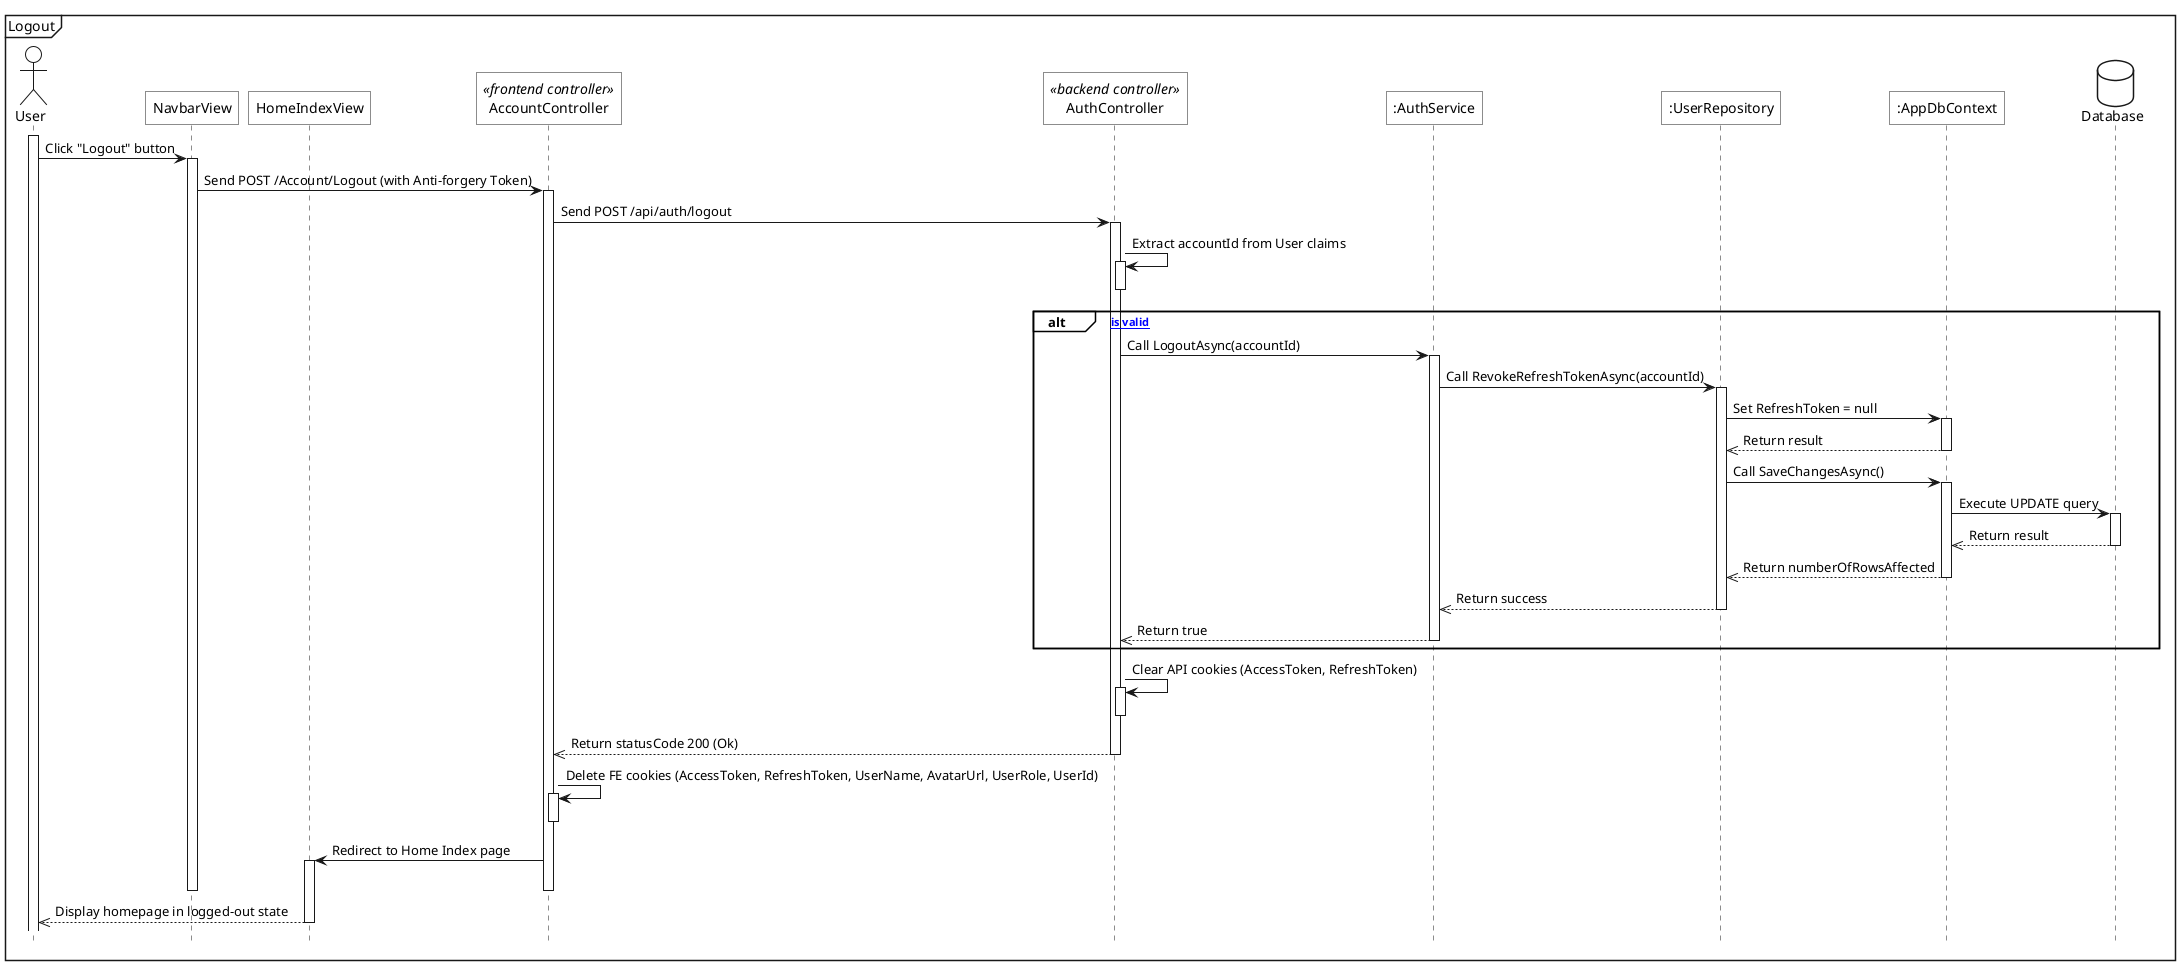
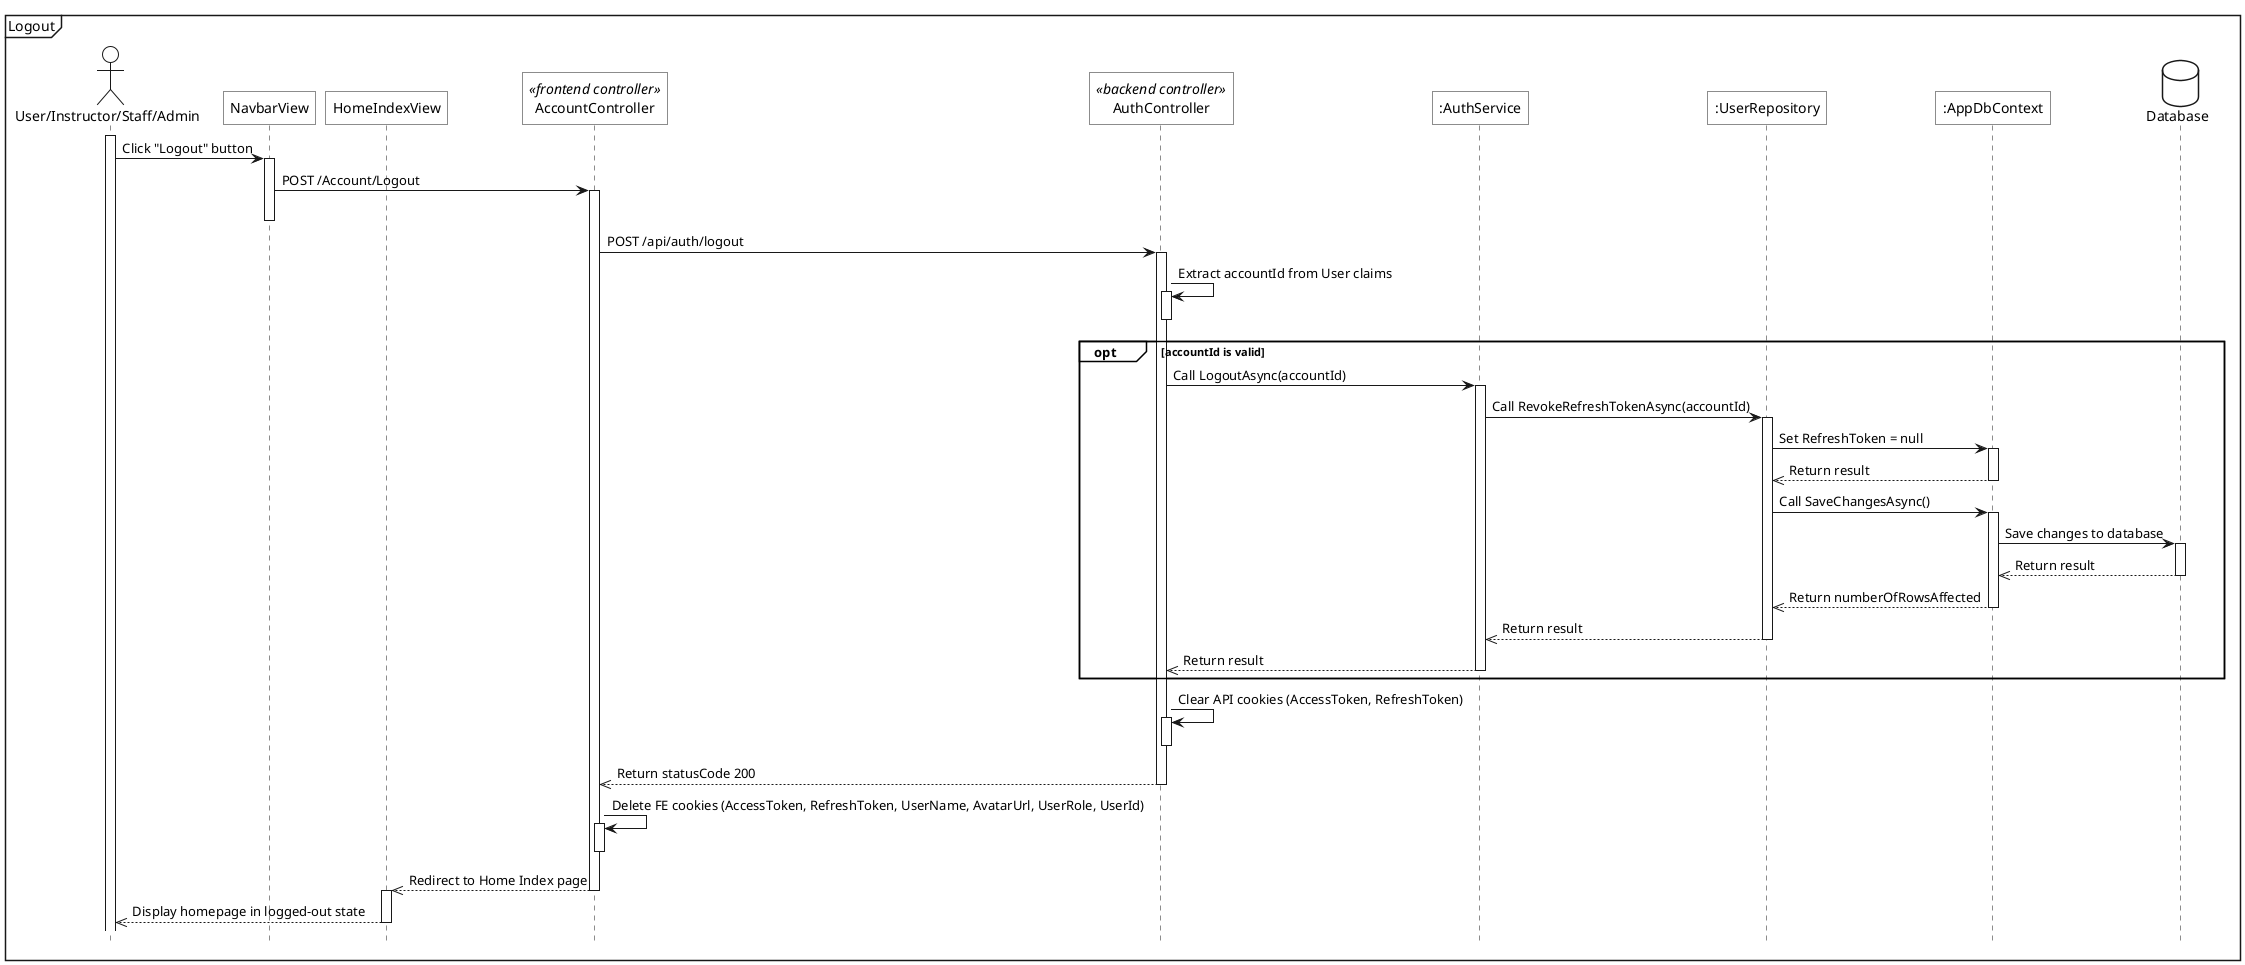
@startuml
<style>
    sequenceDiagram{
        actor{
            BackgroundColor white
            LineThickness 1.0
        }
        participant{
            BackgroundColor white
            RoundCorner 0
        }
        database{
            BackgroundColor white
        }
        groupHeader{
            BackgroundColor white
        }
        referenceHeader{
            BackgroundColor white
        }
        reference{
            BackgroundColor white
        }
    }
</style>

hide footbox

mainframe Logout
- actor User as act
+ actor "User/Instructor/Staff/Admin" as act

participant "NavbarView" as view
participant "HomeIndexView" as home_view
participant "AccountController" as fe_ctrl <<frontend controller>>
participant "AuthController" as be_ctrl <<backend controller>>
participant ":AuthService" as sv
participant ":UserRepository" as u_repo
participant ":AppDbContext" as ctx
database Database as db

act++
act->view++: Click "Logout" button
- view->fe_ctrl++: Send POST /Account/Logout (with Anti-forgery Token)
+ view->fe_ctrl++: POST /Account/Logout
+ deactivate view

- fe_ctrl->be_ctrl++: Send POST /api/auth/logout
+ fe_ctrl->be_ctrl++: POST /api/auth/logout

be_ctrl->be_ctrl++: Extract accountId from User claims
be_ctrl--

- alt [accountId is valid]
+ opt accountId is valid
    be_ctrl->sv++: Call LogoutAsync(accountId)
    sv->u_repo++: Call RevokeRefreshTokenAsync(accountId)
    u_repo->ctx++: Set RefreshToken = null
    ctx-->>u_repo--: Return result

    u_repo->ctx++: Call SaveChangesAsync()
-     ctx->db++: Execute UPDATE query
+     ctx->db++: Save changes to database
    db-->>ctx--: Return result
    ctx-->>u_repo--: Return numberOfRowsAffected

-     u_repo-->>sv--: Return success
-     sv-->>be_ctrl--: Return true
+     u_repo-->>sv--: Return result
+     sv-->>be_ctrl--: Return result
end

be_ctrl->be_ctrl++: Clear API cookies (AccessToken, RefreshToken)
be_ctrl--

- be_ctrl-->>fe_ctrl--: Return statusCode 200 (Ok)
+ be_ctrl-->>fe_ctrl--: Return statusCode 200

fe_ctrl->fe_ctrl++: Delete FE cookies (AccessToken, RefreshToken, UserName, AvatarUrl, UserRole, UserId)
fe_ctrl--

- fe_ctrl -> home_view++: Redirect to Home Index page
- deactivate fe_ctrl
- deactivate view
+ fe_ctrl -->> home_view--: Redirect to Home Index page
+ activate home_view
home_view -->> act--: Display homepage in logged-out state
@enduml
